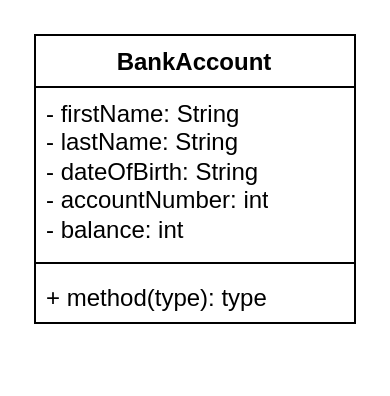
Above: BankAccount.drawio in H8S8/labSingleClassBankAccount (draw.io), before the change. Source tidied: cells renumbered, new cells numbered last; positions are measured from the earlier drawing's top-left corner, leaving out a move shared by most shapes. Both pictures are drawn from the tidied source at 200%, with x=0, y=0 at pixel (34, 34).
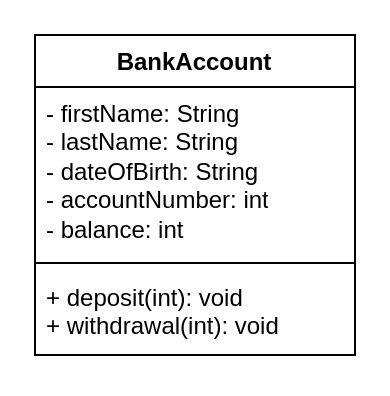
The same diagram, later.

Commit message (it also covers changes not shown here):
Add methods to UML diagram

The edit, as a diff of the source:
```diff
@@
 <mxGraphModel>
   <root>
     <mxCell id="0" />
     <mxCell id="1" parent="0" />
     <mxCell id="2" value="BankAccount" style="swimlane;fontStyle=1;align=center;verticalAlign=top;horizontal=1;startSize=26;whiteSpace=wrap;html=1;" parent="1" vertex="1">
-      <mxGeometry width="160" height="144" as="geometry" />
+      <mxGeometry width="160" height="160" as="geometry" />
     </mxCell>
     <mxCell id="3" value="- firstName: String&lt;br&gt;- lastName: String&lt;br&gt;- dateOfBirth: String&lt;br&gt;- accountNumber: int&lt;br&gt;- balance: int" style="text;strokeColor=none;fillColor=none;align=left;verticalAlign=top;spacingLeft=4;spacingRight=4;overflow=hidden;whiteSpace=wrap;html=1;" parent="2" vertex="1">
       <mxGeometry y="26" width="160" height="84" as="geometry" />
     </mxCell>
     <mxCell id="4" style="line;strokeWidth=1;fillColor=none;align=left;verticalAlign=middle;spacingTop=-1;spacingLeft=3;spacingRight=3;labelPosition=right;strokeColor=inherit;" parent="2" vertex="1">
       <mxGeometry y="110" width="160" height="8" as="geometry" />
     </mxCell>
-    <mxCell id="5" value="+ method(type): type" style="text;strokeColor=none;fillColor=none;align=left;verticalAlign=top;spacingLeft=4;spacingRight=4;overflow=hidden;whiteSpace=wrap;html=1;" parent="2" vertex="1">
-      <mxGeometry y="118" width="160" height="26" as="geometry" />
+    <mxCell id="5" value="+ deposit(int): void&lt;br&gt;+ withdrawal(int): void" style="text;strokeColor=none;fillColor=none;align=left;verticalAlign=top;spacingLeft=4;spacingRight=4;overflow=hidden;whiteSpace=wrap;html=1;" parent="2" vertex="1">
+      <mxGeometry y="118" width="160" height="42" as="geometry" />
     </mxCell>
   </root>
 </mxGraphModel>
```
